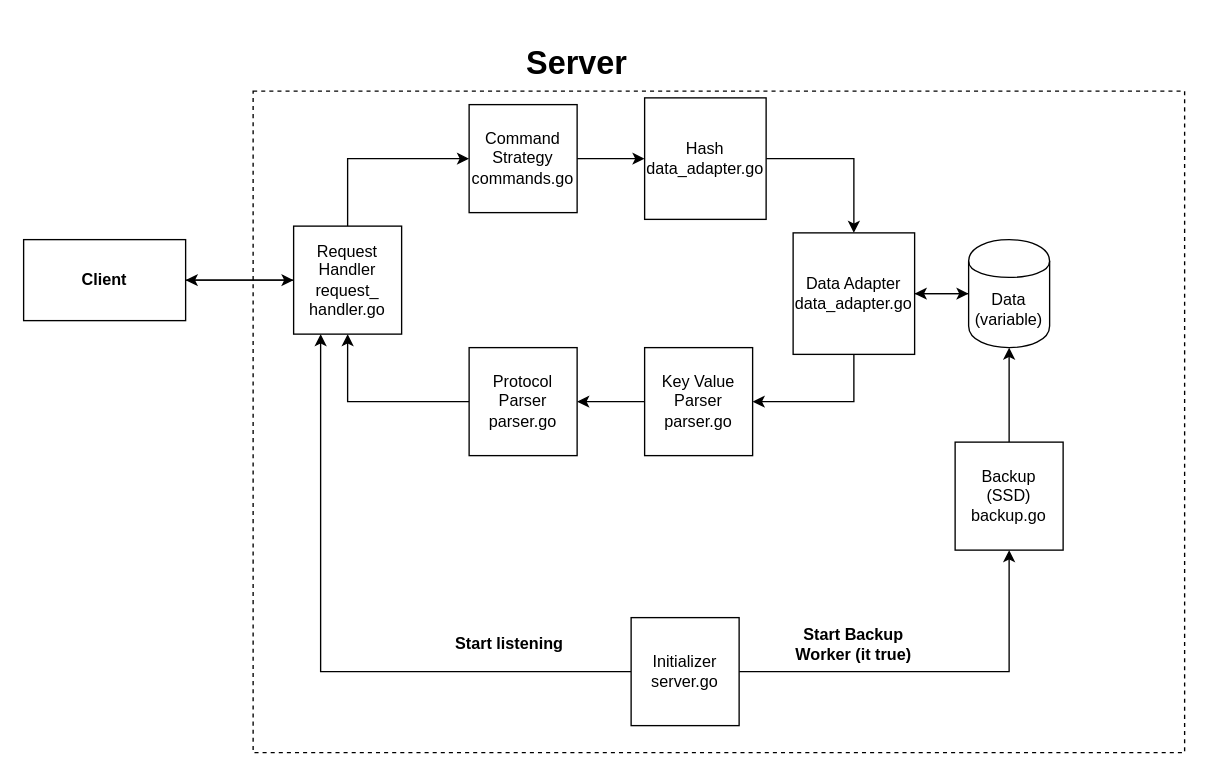
Earlier version of the draw.io diagram go-redis-server.drawio (idanmadmon/go-redis-server). Source tidied: cells renumbered, new cells numbered last; positions are measured from the earlier drawing's top-left corner, leaving out a move shared by most shapes. Both pictures are drawn from the tidied source at 135%, with x=0, y=0 at pixel (23, 50).
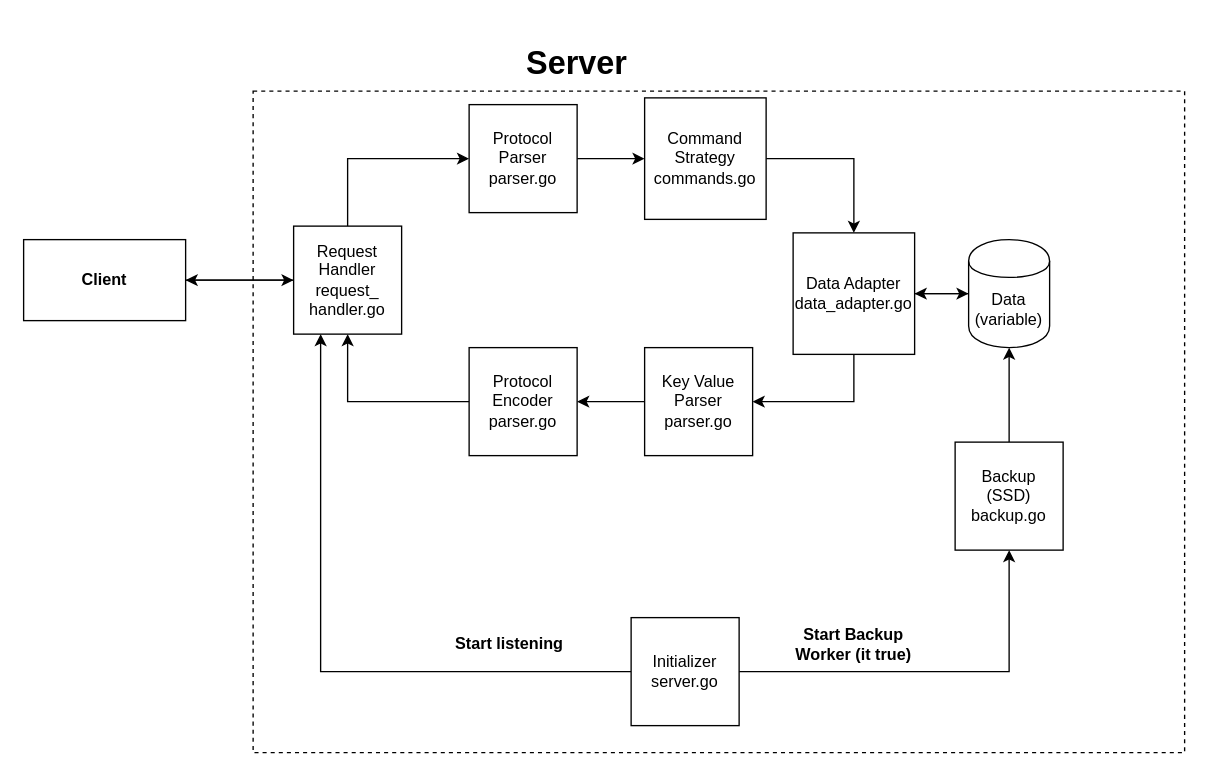
After the change.

Diff of the diagram source:
```diff
@@
-    <mxCell id="7" value="Command Strategy&lt;br&gt;commands.go" style="whiteSpace=wrap;html=1;fillColor=#ffffff;" parent="1" vertex="1">
+    <mxCell id="7" value="Protocol Parser&lt;br&gt;parser.go" style="whiteSpace=wrap;html=1;fillColor=#ffffff;" parent="1" vertex="1">
       <mxGeometry x="330" y="40" width="80" height="80" as="geometry" />
     </mxCell>
@@
-    <mxCell id="15" value="&lt;span&gt;Hash&lt;br&gt;&lt;/span&gt;data_adapter.go&lt;span&gt;&lt;br&gt;&lt;/span&gt;" style="whiteSpace=wrap;html=1;fillColor=#ffffff;" parent="1" vertex="1">
+    <mxCell id="15" value="Command Strategy&lt;br&gt;commands.go&lt;span&gt;&lt;br&gt;&lt;/span&gt;" style="whiteSpace=wrap;html=1;fillColor=#ffffff;" parent="1" vertex="1">
       <mxGeometry x="460" y="35" width="90" height="90" as="geometry" />
     </mxCell>
@@
-    <mxCell id="19" value="Protocol Parser&lt;br&gt;parser.go" style="whiteSpace=wrap;html=1;fillColor=#ffffff;" parent="1" vertex="1">
+    <mxCell id="19" value="Protocol Encoder&lt;br&gt;parser.go" style="whiteSpace=wrap;html=1;fillColor=#ffffff;" parent="1" vertex="1">
       <mxGeometry x="330" y="220" width="80" height="80" as="geometry" />
     </mxCell>
```
